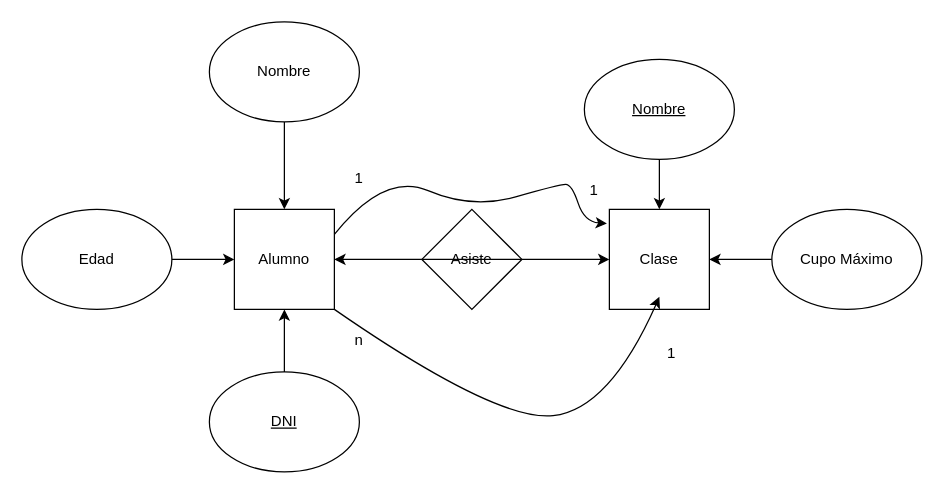
Earlier version of the draw.io diagram diagrama.drawio (pedronieto84/lowcode-nocode). Source tidied: cells renumbered, new cells numbered last; positions are measured from the earlier drawing's top-left corner, leaving out a move shared by most shapes. Both pictures are drawn from the tidied source at 125%, with x=0, y=0 at pixel (21, 21).
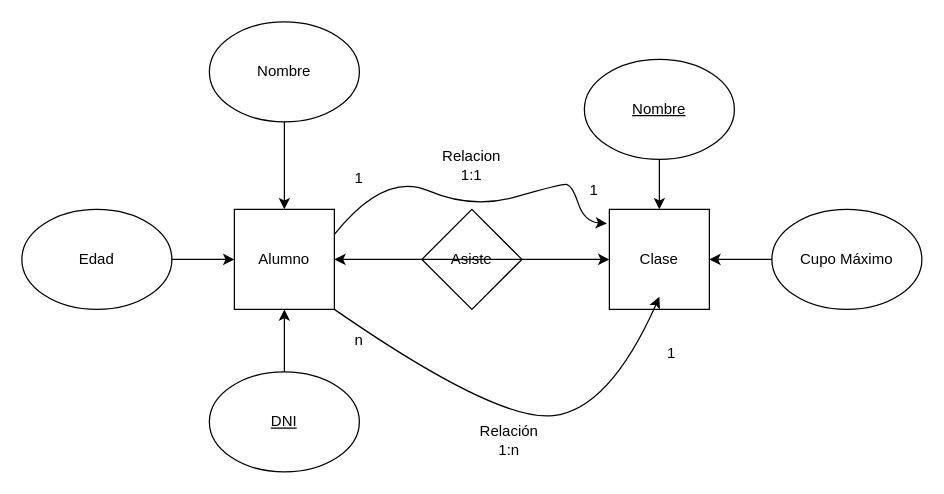
Above is the later version.

Diff of the diagram source:
```diff
@@
+    <mxCell id="22" value="Relacion 1:1" style="text;html=1;strokeColor=none;fillColor=none;align=center;verticalAlign=middle;whiteSpace=wrap;rounded=0;" parent="1" vertex="1">
+      <mxGeometry x="330" y="100" width="60" height="30" as="geometry" />
+    </mxCell>
+    <mxCell id="23" value="Relación 1:n" style="text;html=1;strokeColor=none;fillColor=none;align=center;verticalAlign=middle;whiteSpace=wrap;rounded=0;" parent="1" vertex="1">
+      <mxGeometry x="360" y="320" width="60" height="30" as="geometry" />
+    </mxCell>
```
